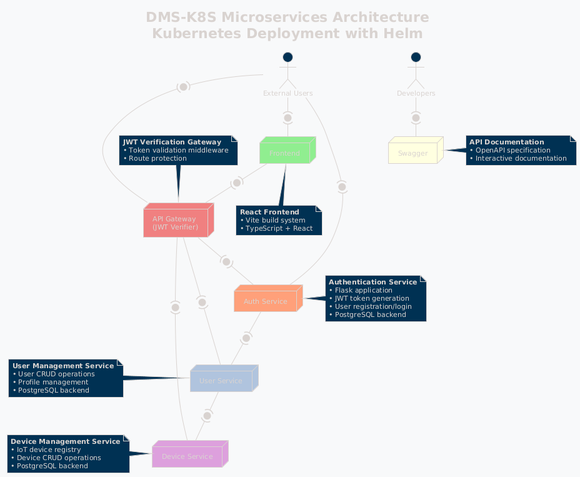
The PlantUML diagram deployment.png in Simi445/DMS-K8S, before a commit.
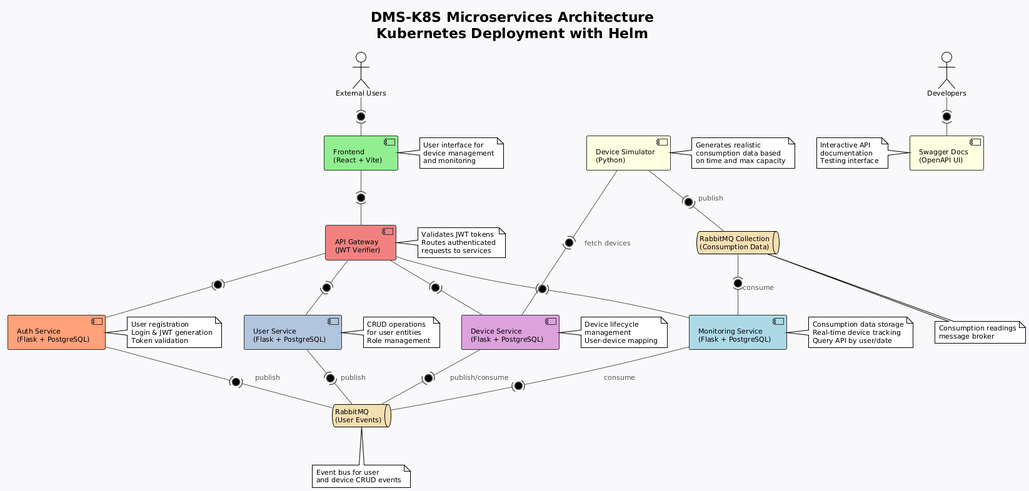
The same file after the commit.

Commit message:
Redo deployment diagram

Change to the diagram source:
```diff
@@ -1,69 +1,103 @@
 @startuml
-!theme blueprint
+!theme plain
 skinparam backgroundColor #f8f9fa
 skinparam defaultFontSize 11
+skinparam component {
+  BackgroundColor white
+  BorderColor #333333
+  FontColor #000000
+}
+skinparam ArrowColor #555555
+skinparam ArrowFontColor #555555
 
 title **DMS-K8S Microservices Architecture**\nKubernetes Deployment with Helm
 
 actor "External Users" as Users
 actor "Developers" as Devs
 
-node "Frontend" as Frontend #lightgreen
-node "API Gateway\n(JWT Verifier)" as ApiGateway #lightcoral
-node "Auth Service" as AuthService #lightsalmon
-node "User Service" as UserService #lightsteelblue
-node "Device Service" as DeviceService #plum
-node "Swagger" as SwaggerService #lightyellow
+component "Frontend\n(React + Vite)" as Frontend #lightgreen
+note right of Frontend
+  User interface for
+  device management
+  and monitoring
+end note
+
+component "API Gateway\n(JWT Verifier)" as Gateway #lightcoral
+note right of Gateway
+  Validates JWT tokens
+  Routes authenticated
+  requests to services
+end note
+
+component "Auth Service\n(Flask + PostgreSQL)" as Auth #lightsalmon
+note right of Auth
+  User registration
+  Login & JWT generation
+  Token validation
+end note
+
+component "User Service\n(Flask + PostgreSQL)" as User #lightsteelblue
+note right of User
+  CRUD operations
+  for user entities
+  Role management
+end note
+
+component "Device Service\n(Flask + PostgreSQL)" as Device #plum
+note right of Device
+  Device lifecycle
+  management
+  User-device mapping
+end note
+
+component "Monitoring Service\n(Flask + PostgreSQL)" as Monitoring #lightblue
+note right of Monitoring
+  Consumption data storage
+  Real-time device tracking
+  Query API by user/date
+end note
+
+component "Device Simulator\n(Python)" as Simulator #lightyellow
+note right of Simulator
+  Generates realistic
+  consumption data based
+  on time and max capacity
+end note
+
+queue "RabbitMQ\n(User Events)" as RabbitMQ1 #wheat
+note bottom of RabbitMQ1
+  Event bus for user
+  and device CRUD events
+end note
+
+queue "RabbitMQ Collection\n(Consumption Data)" as RabbitMQ2 #wheat
+note bottom of RabbitMQ2
+  Consumption readings
+  message broker
+end note
+
+component "Swagger Docs\n(OpenAPI UI)" as Swagger #lightyellow
+note left of Swagger
+  Interactive API
+  documentation
+  Testing interface
+end note
 
 Users -(0)- Frontend
-Users -(0)- AuthService
-Users -(0)- ApiGateway
-Devs -(0)- SwaggerService
+Frontend -(0)- Gateway
+Gateway -(0)- Auth
+Gateway -(0)- User
+Gateway -(0)- Device
+Gateway -(0)- Monitoring
 
-Frontend -(0)- ApiGateway
-ApiGateway -(0)- AuthService
-ApiGateway -(0)- UserService
-ApiGateway -(0)- DeviceService
-AuthService -(0)- UserService
-UserService -(0)- DeviceService
+Auth -(0)- RabbitMQ1 : publish
+User -(0)- RabbitMQ1 : publish
+Device -(0)- RabbitMQ1 : publish/consume
+Monitoring -(0)- RabbitMQ1 : consume
 
-note right of AuthService
-  **Authentication Service**
-  • Flask application
-  • JWT token generation
-  • User registration/login
-  • PostgreSQL backend
-end note
+Simulator -(0)- Device : fetch devices
+Simulator -(0)- RabbitMQ2 : publish
+RabbitMQ2 -(0)- Monitoring : consume
 
-note left of UserService
-  **User Management Service**
-  • User CRUD operations
-  • Profile management
-  • PostgreSQL backend
-end note
-
-note left of DeviceService
-  **Device Management Service**
-  • IoT device registry
-  • Device CRUD operations
-  • PostgreSQL backend
-end note
-
-note top of ApiGateway
-  **JWT Verification Gateway**
-  • Token validation middleware
-  • Route protection
-end note
-
-note bottom of Frontend
-  **React Frontend**
-  • Vite build system
-  • TypeScript + React
-end note
-
-note right of SwaggerService
-  **API Documentation**
-  • OpenAPI specification
-  • Interactive documentation
-end note
+Devs -(0)- Swagger
 @enduml
```
